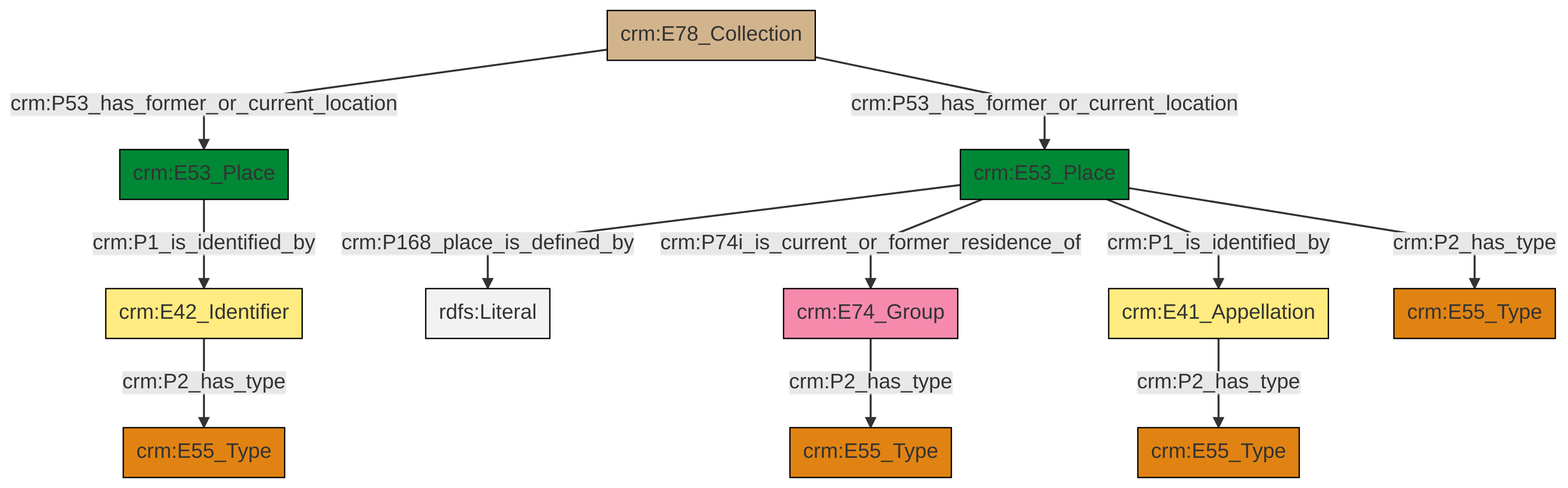
This is et/archivalCSV/ttl/mmd/png/archival_location.png from swiss-art-research-net/docs.swissartresearch, a Mermaid export, as it was before one commit. Its source is kept beside it as et/archivalCSV/ttl/mmd/archival_location.ttl.mmd.
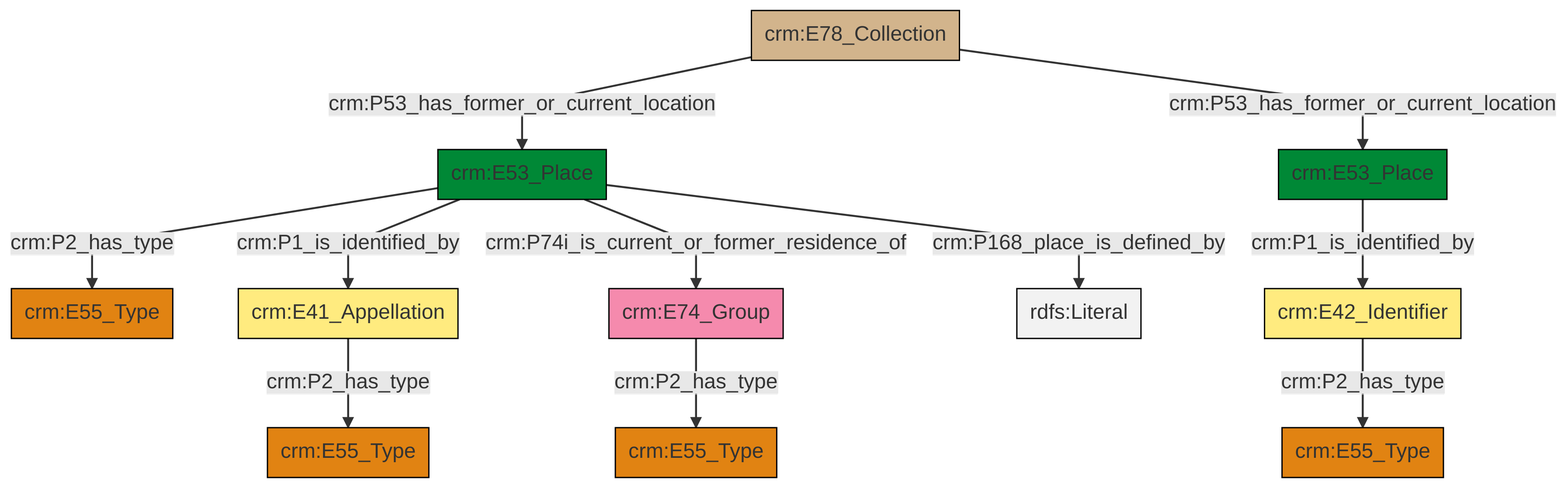
The same diagram one commit later.

The edit, as a diff of the source:
```diff
@@ -13,13 +13,13 @@
 classDef PC_Classes fill:#4ce600, stroke:#000000;
 classDef Multi fill:#cccccc,stroke:#000000;
 
-2["crm:E53_Place"]:::Place -->|crm:P168_place_is_defined_by| 3[rdfs:Literal]:::Literal
-2["crm:E53_Place"]:::Place -->|crm:P74i_is_current_or_former_residence_of| 4["crm:E74_Group"]:::Actor
-7["crm:E42_Identifier"]:::Appellation -->|crm:P2_has_type| 8["crm:E55_Type"]:::Type
-2["crm:E53_Place"]:::Place -->|crm:P1_is_identified_by| 12["crm:E41_Appellation"]:::Appellation
-5["crm:E78_Collection"]:::Physical_Thing -->|crm:P53_has_former_or_current_location| 13["crm:E53_Place"]:::Place
-4["crm:E74_Group"]:::Actor -->|crm:P2_has_type| 0["crm:E55_Type"]:::Type
-13["crm:E53_Place"]:::Place -->|crm:P1_is_identified_by| 7["crm:E42_Identifier"]:::Appellation
-5["crm:E78_Collection"]:::Physical_Thing -->|crm:P53_has_former_or_current_location| 2["crm:E53_Place"]:::Place
-12["crm:E41_Appellation"]:::Appellation -->|crm:P2_has_type| 10["crm:E55_Type"]:::Type
-2["crm:E53_Place"]:::Place -->|crm:P2_has_type| 19["crm:E55_Type"]:::Type
+6["crm:E78_Collection"]:::Physical_Thing -->|crm:P53_has_former_or_current_location| 7["crm:E53_Place"]:::Place
+8["crm:E41_Appellation"]:::Appellation -->|crm:P2_has_type| 0["crm:E55_Type"]:::Type
+6["crm:E78_Collection"]:::Physical_Thing -->|crm:P53_has_former_or_current_location| 18["crm:E53_Place"]:::Place
+7["crm:E53_Place"]:::Place -->|crm:P2_has_type| 10["crm:E55_Type"]:::Type
+16["crm:E42_Identifier"]:::Appellation -->|crm:P2_has_type| 4["crm:E55_Type"]:::Type
+14["crm:E74_Group"]:::Actor -->|crm:P2_has_type| 2["crm:E55_Type"]:::Type
+7["crm:E53_Place"]:::Place -->|crm:P1_is_identified_by| 8["crm:E41_Appellation"]:::Appellation
+18["crm:E53_Place"]:::Place -->|crm:P1_is_identified_by| 16["crm:E42_Identifier"]:::Appellation
+7["crm:E53_Place"]:::Place -->|crm:P74i_is_current_or_former_residence_of| 14["crm:E74_Group"]:::Actor
+7["crm:E53_Place"]:::Place -->|crm:P168_place_is_defined_by| 24[rdfs:Literal]:::Literal
```
